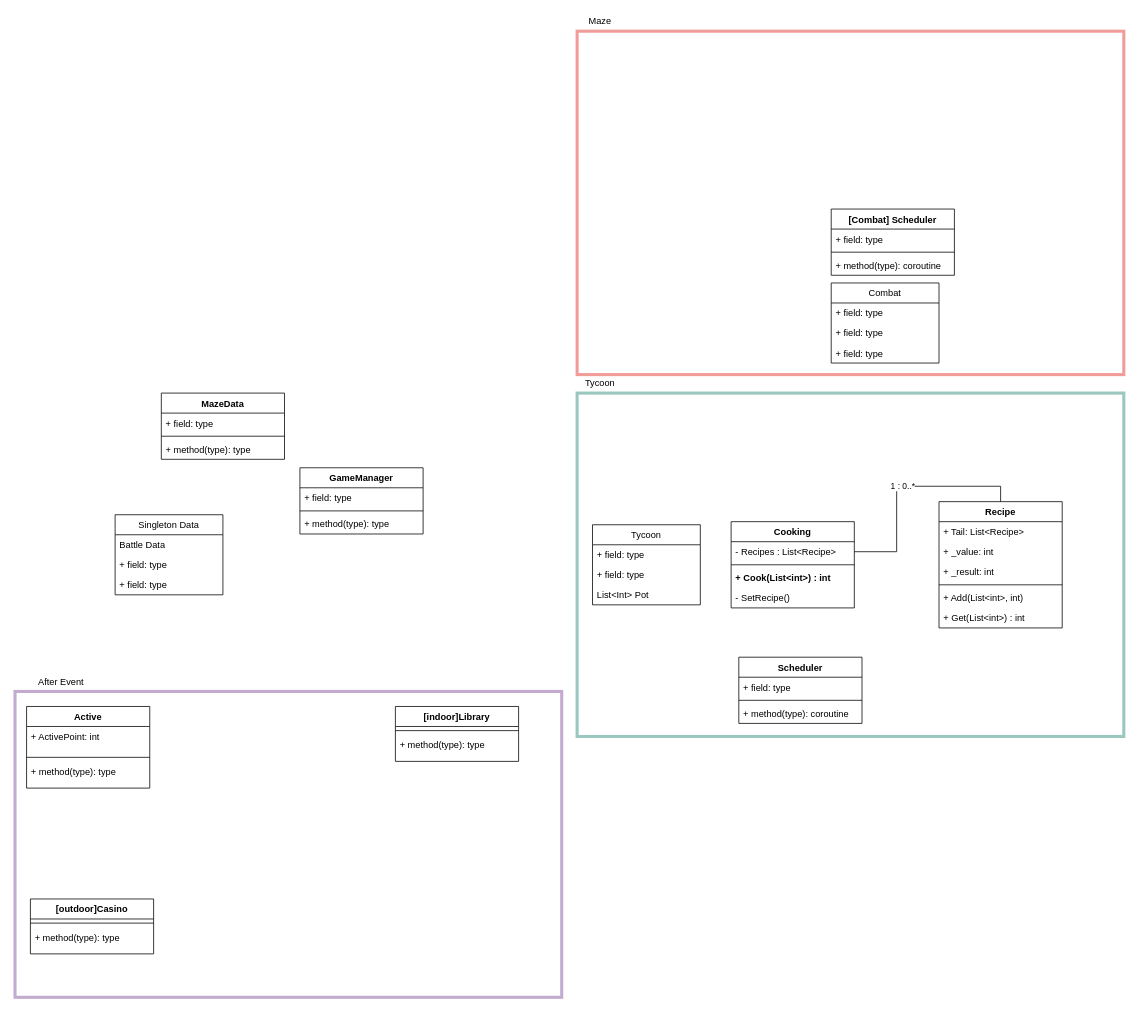
Before: Untitled Diagram.drawio in mintti/witchs, a draw.io diagram. Source tidied: cells renumbered, new cells numbered last; positions are measured from the earlier drawing's top-left corner, leaving out a move shared by most shapes. Both pictures are drawn from the tidied source at 77%, with x=0, y=0 at pixel (15, 13).
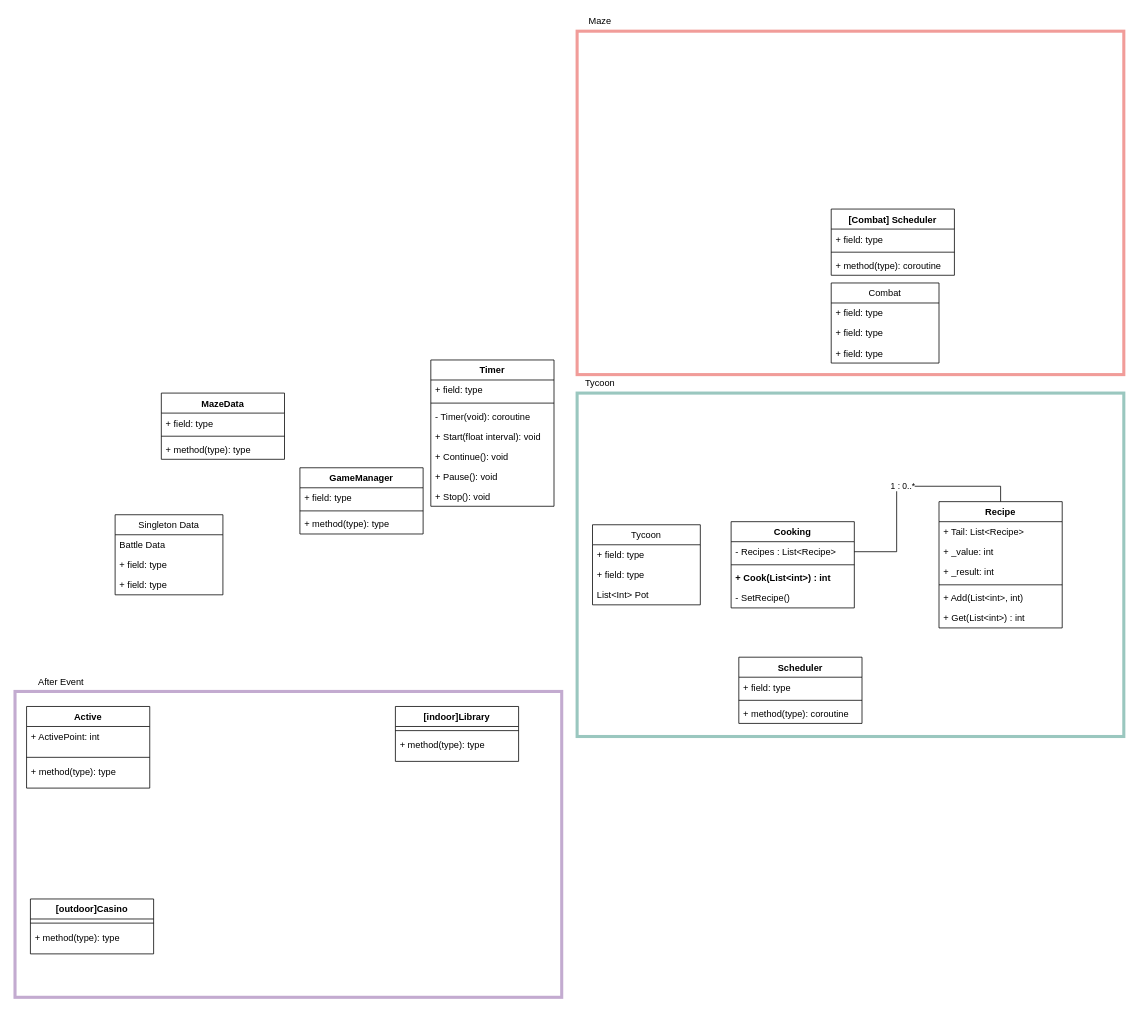
The same diagram, later.

The edit, as a diff of the source:
```diff
@@
+    <mxCell id="62" value="Timer" style="swimlane;fontStyle=1;align=center;verticalAlign=top;horizontal=1;startSize=26;" parent="1" vertex="1">
+      <mxGeometry x="540" y="450" width="160" height="190" as="geometry" />
+    </mxCell>
+    <mxCell id="63" value="+ field: type" style="text;strokeColor=none;fillColor=none;align=left;verticalAlign=top;spacingLeft=4;spacingRight=4;overflow=hidden;" parent="62" vertex="1">
+      <mxGeometry y="26" width="160" height="26" as="geometry" />
+    </mxCell>
+    <mxCell id="64" style="line;strokeWidth=1;fillColor=none;align=left;verticalAlign=middle;spacingTop=-1;spacingLeft=3;spacingRight=3;labelPosition=right;" parent="62" vertex="1">
+      <mxGeometry y="52" width="160" height="8" as="geometry" />
+    </mxCell>
+    <mxCell id="65" value="- Timer(void): coroutine" style="text;strokeColor=none;fillColor=none;align=left;verticalAlign=top;spacingLeft=4;spacingRight=4;overflow=hidden;" parent="62" vertex="1">
+      <mxGeometry y="60" width="160" height="26" as="geometry" />
+    </mxCell>
+    <mxCell id="66" value="+ Start(float interval): void" style="text;strokeColor=none;fillColor=none;align=left;verticalAlign=top;spacingLeft=4;spacingRight=4;overflow=hidden;" parent="62" vertex="1">
+      <mxGeometry y="86" width="160" height="26" as="geometry" />
+    </mxCell>
+    <mxCell id="67" value="+ Continue(): void" style="text;strokeColor=none;fillColor=none;align=left;verticalAlign=top;spacingLeft=4;spacingRight=4;overflow=hidden;" parent="62" vertex="1">
+      <mxGeometry y="112" width="160" height="26" as="geometry" />
+    </mxCell>
+    <mxCell id="68" value="+ Pause(): void" style="text;strokeColor=none;fillColor=none;align=left;verticalAlign=top;spacingLeft=4;spacingRight=4;overflow=hidden;" parent="62" vertex="1">
+      <mxGeometry y="138" width="160" height="26" as="geometry" />
+    </mxCell>
+    <mxCell id="69" value="+ Stop(): void" style="text;strokeColor=none;fillColor=none;align=left;verticalAlign=top;spacingLeft=4;spacingRight=4;overflow=hidden;" parent="62" vertex="1">
+      <mxGeometry y="164" width="160" height="26" as="geometry" />
+    </mxCell>
```
